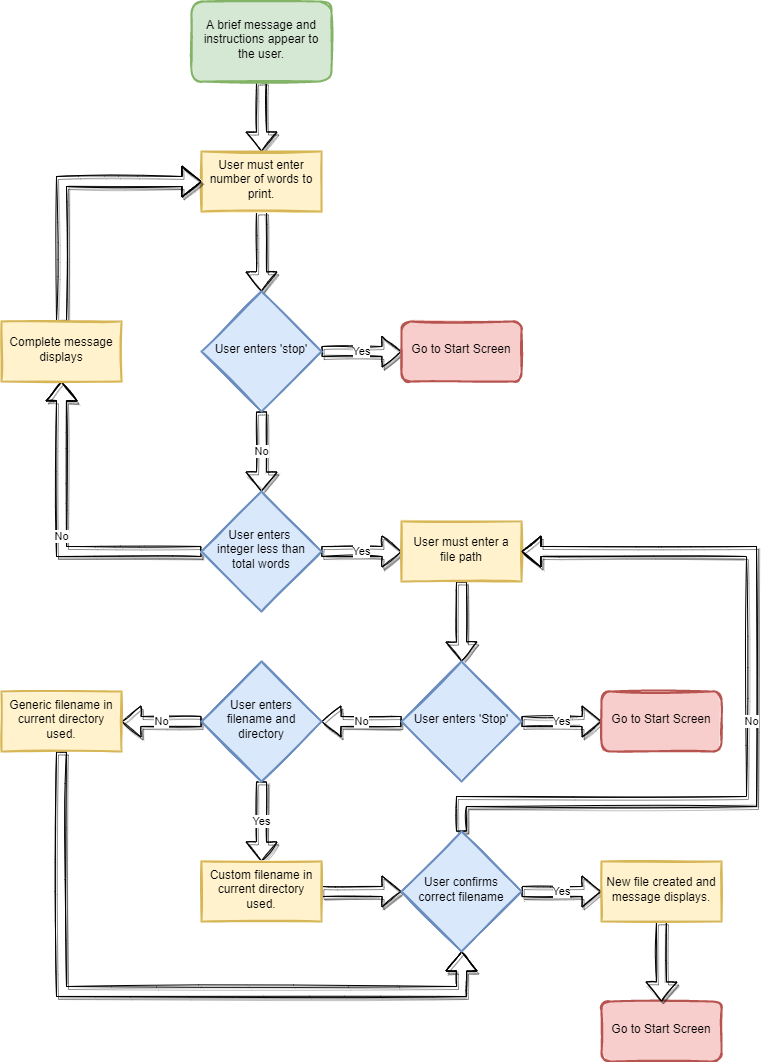
Earlier version of the draw.io export Design/PrintScreenFlow.png (zkturman/LanguageCrawler). Source tidied: cells renumbered, new cells last; positions are measured from the earlier drawing's top-left corner, leaving out a move shared by most shapes.
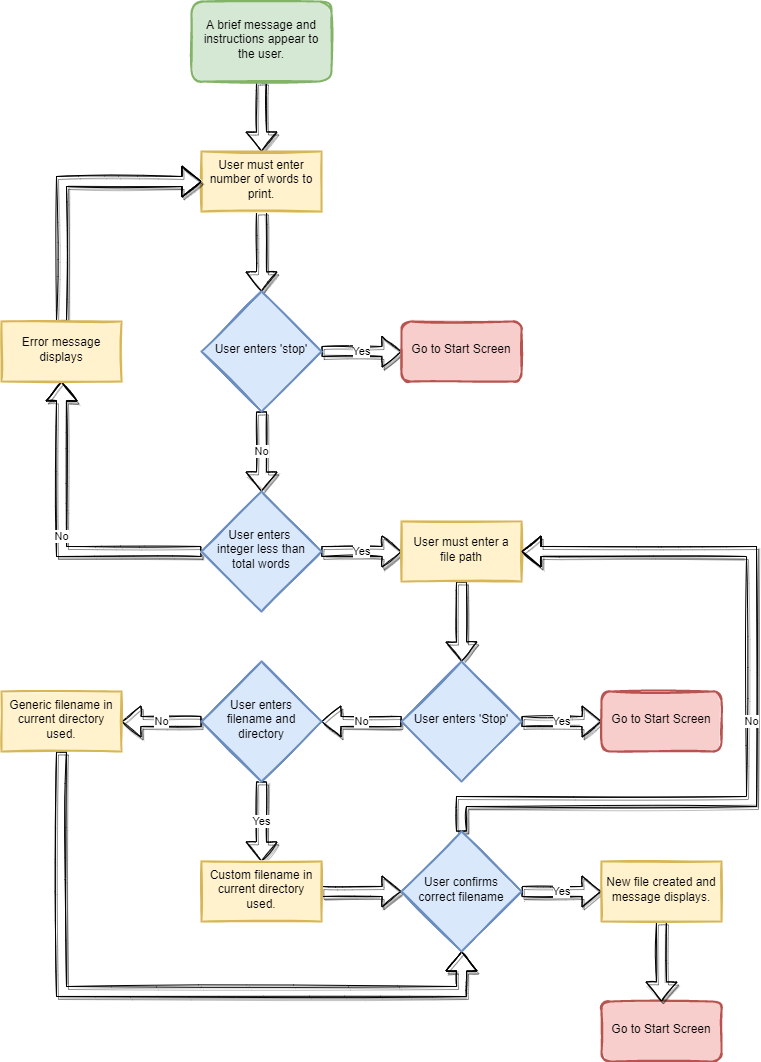
After the change.

Change to the diagram source:
```diff
@@ -54,7 +54,7 @@
     <mxCell id="17" style="edgeStyle=orthogonalEdgeStyle;shape=flexArrow;rounded=0;sketch=1;jettySize=auto;html=1;exitX=0.5;exitY=0;exitDx=0;exitDy=0;entryX=0;entryY=0.5;entryDx=0;entryDy=0;shadow=1;labelBackgroundColor=default;fontFamily=Helvetica;fontSize=11;fontColor=default;endArrow=classic;strokeColor=default;strokeWidth=1;fillColor=default;" parent="1" edge="1" source="18" target="9">
       <mxGeometry relative="1" as="geometry" />
     </mxCell>
-    <mxCell id="18" value="Complete message displays" style="rounded=0;whiteSpace=wrap;html=1;fillColor=#fff2cc;strokeColor=#d6b656;shadow=0;strokeWidth=2;spacing=6;spacingTop=-4;sketch=1;fillStyle=solid;" parent="1" vertex="1">
+    <mxCell id="18" value="Error message displays" style="rounded=0;whiteSpace=wrap;html=1;fillColor=#fff2cc;strokeColor=#d6b656;shadow=0;strokeWidth=2;spacing=6;spacingTop=-4;sketch=1;fillStyle=solid;" parent="1" vertex="1">
       <mxGeometry y="320" width="120" height="60" as="geometry" />
     </mxCell>
     <mxCell id="19" value="Yes" style="edgeStyle=orthogonalEdgeStyle;rounded=0;jettySize=auto;html=1;exitX=1;exitY=0.5;exitDx=0;exitDy=0;entryX=0;entryY=0.5;entryDx=0;entryDy=0;sketch=1;strokeWidth=1;shadow=1;fillColor=default;shape=flexArrow;" parent="1" edge="1" source="21" target="22">
```
